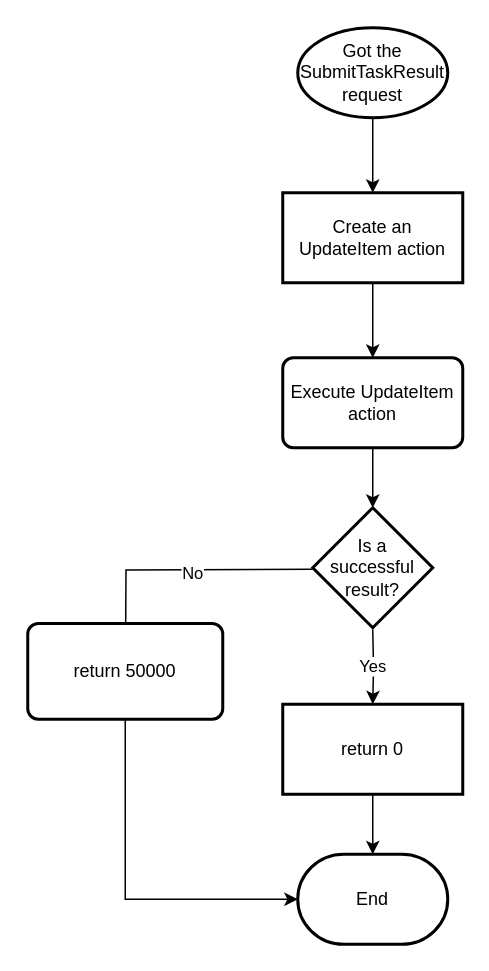
Before: page "SubmitTaskResult" (5 of 9) of PVP OOTD.drawio in yaohuiwu/SimpleFS, a draw.io diagram. Source tidied: cells renumbered, new cells numbered last; positions are measured from the earlier drawing's top-left corner, leaving out a move shared by most shapes. Both pictures are drawn from the tidied source at 150%, with x=0, y=0 at pixel (27, 27).
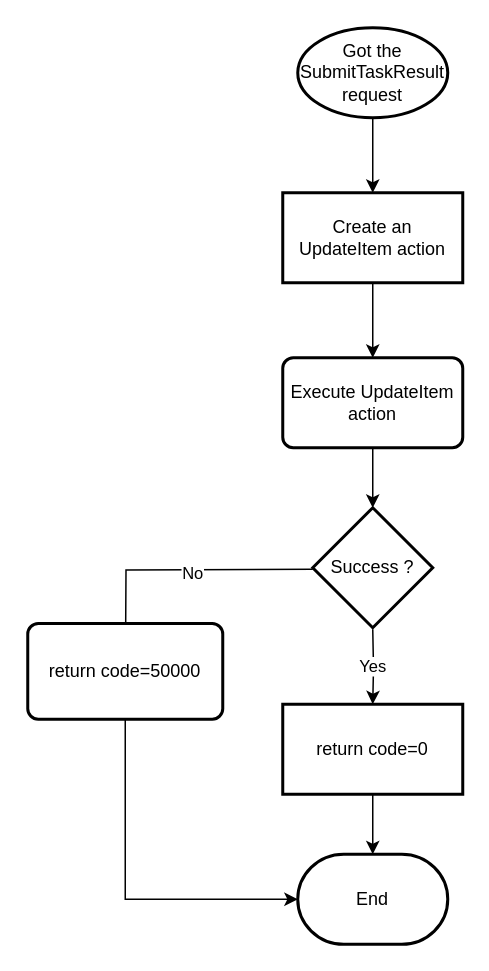
Above is the later version.

What changed in the source:
```diff
@@
 <mxGraphModel>
   <root>
     <mxCell id="0" />
     <mxCell id="1" parent="0" />
     <mxCell id="2" style="edgeStyle=orthogonalEdgeStyle;rounded=0;jettySize=auto;html=1;" parent="1" edge="1" source="3" target="5">
       <mxGeometry relative="1" as="geometry" />
     </mxCell>
     <mxCell id="3" value="Got the SubmitTaskResult request" style="strokeWidth=2;html=1;shape=mxgraph.flowchart.start_1;whiteSpace=wrap;" parent="1" vertex="1">
       <mxGeometry x="180" width="100" height="60" as="geometry" />
     </mxCell>
     <mxCell id="4" style="edgeStyle=orthogonalEdgeStyle;rounded=0;jettySize=auto;html=1;" parent="1" edge="1" source="5" target="16">
       <mxGeometry relative="1" as="geometry" />
     </mxCell>
     <mxCell id="5" value="Create an UpdateItem action" style="whiteSpace=wrap;html=1;strokeWidth=2;" parent="1" vertex="1">
       <mxGeometry x="170" y="110" width="120" height="60" as="geometry" />
     </mxCell>
     <mxCell id="6" value="Yes" style="edgeStyle=orthogonalEdgeStyle;rounded=0;jettySize=auto;html=1;" parent="1" edge="1" target="11">
       <mxGeometry relative="1" as="geometry">
         <mxPoint x="230" y="401" as="sourcePoint" />
       </mxGeometry>
     </mxCell>
     <mxCell id="7" style="edgeStyle=orthogonalEdgeStyle;rounded=0;orthogonalLoop=1;jettySize=auto;html=1;exitX=0;exitY=0.5;exitDx=0;exitDy=0;" parent="1" edge="1">
       <mxGeometry relative="1" as="geometry">
         <mxPoint x="190" y="361" as="sourcePoint" />
         <mxPoint x="65" y="447.2" as="targetPoint" />
       </mxGeometry>
     </mxCell>
     <mxCell id="8" value="No" style="edgeLabel;html=1;align=center;verticalAlign=middle;" parent="7" vertex="1">
       <mxGeometry x="-0.23" y="2" relative="1" as="geometry" />
     </mxCell>
-    <mxCell id="9" value="Is a successful result?" style="rhombus;whiteSpace=wrap;html=1;strokeWidth=2;" parent="1" vertex="1">
+    <mxCell id="9" value="Success ?" style="rhombus;whiteSpace=wrap;html=1;strokeWidth=2;" parent="1" vertex="1">
       <mxGeometry x="190" y="320" width="80" height="80" as="geometry" />
     </mxCell>
     <mxCell id="10" style="edgeStyle=orthogonalEdgeStyle;rounded=0;jettySize=auto;html=1;" parent="1" edge="1" source="11" target="12">
       <mxGeometry relative="1" as="geometry" />
     </mxCell>
-    <mxCell id="11" value="return 0" style="whiteSpace=wrap;html=1;strokeWidth=2;" parent="1" vertex="1">
+    <mxCell id="11" value="return code=0" style="whiteSpace=wrap;html=1;strokeWidth=2;" parent="1" vertex="1">
       <mxGeometry x="170" y="451" width="120" height="60" as="geometry" />
     </mxCell>
     <mxCell id="12" value="End" style="strokeWidth=2;html=1;shape=mxgraph.flowchart.terminator;whiteSpace=wrap;" parent="1" vertex="1">
       <mxGeometry x="180" y="551" width="100" height="60" as="geometry" />
     </mxCell>
     <mxCell id="13" style="edgeStyle=orthogonalEdgeStyle;rounded=0;jettySize=auto;html=1;exitX=0.5;exitY=1;exitDx=0;exitDy=0;entryX=0;entryY=0.5;entryDx=0;entryDy=0;entryPerimeter=0;" parent="1" edge="1" source="14" target="12">
       <mxGeometry relative="1" as="geometry" />
     </mxCell>
-    <mxCell id="14" value="return 50000" style="rounded=1;whiteSpace=wrap;html=1;absoluteArcSize=1;arcSize=14;strokeWidth=2;" parent="1" vertex="1">
+    <mxCell id="14" value="return code=50000" style="rounded=1;whiteSpace=wrap;html=1;absoluteArcSize=1;arcSize=14;strokeWidth=2;" parent="1" vertex="1">
       <mxGeometry y="397.2" width="130" height="63.8" as="geometry" />
     </mxCell>
     <mxCell id="15" style="edgeStyle=orthogonalEdgeStyle;rounded=0;jettySize=auto;html=1;" parent="1" edge="1" source="16" target="9">
       <mxGeometry relative="1" as="geometry" />
     </mxCell>
     <mxCell id="16" value="Execute UpdateItem action" style="rounded=1;whiteSpace=wrap;html=1;absoluteArcSize=1;arcSize=14;strokeWidth=2;" parent="1" vertex="1">
       <mxGeometry x="170" y="220" width="120" height="60" as="geometry" />
     </mxCell>
   </root>
 </mxGraphModel>
```
